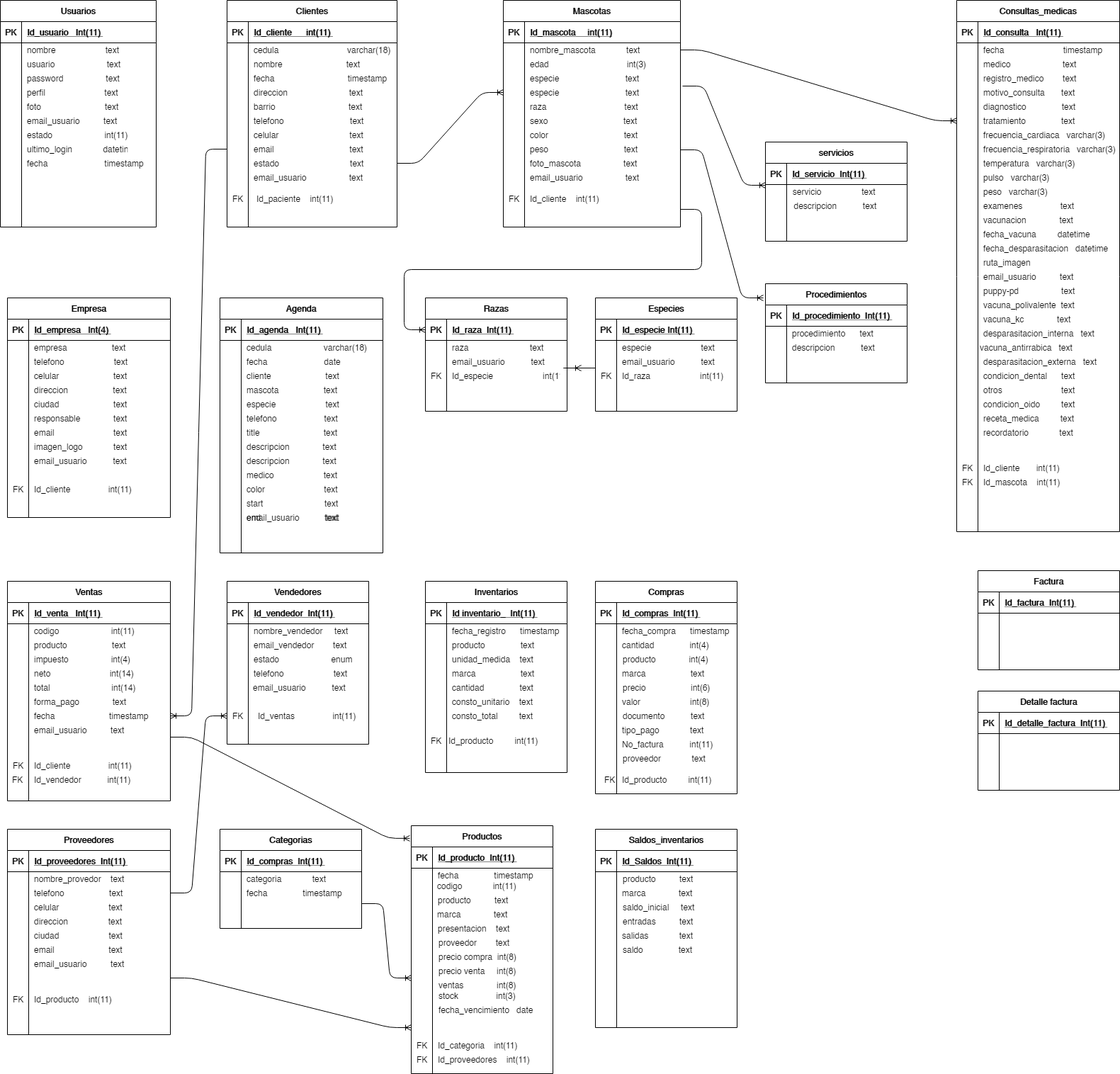
Before: Untitled Diagram.png, a diagram exported from draw.io (heberthm/ejemplos-blog). Source tidied: cells renumbered, new cells last; positions are measured from the earlier drawing's top-left corner, leaving out a move shared by most shapes.
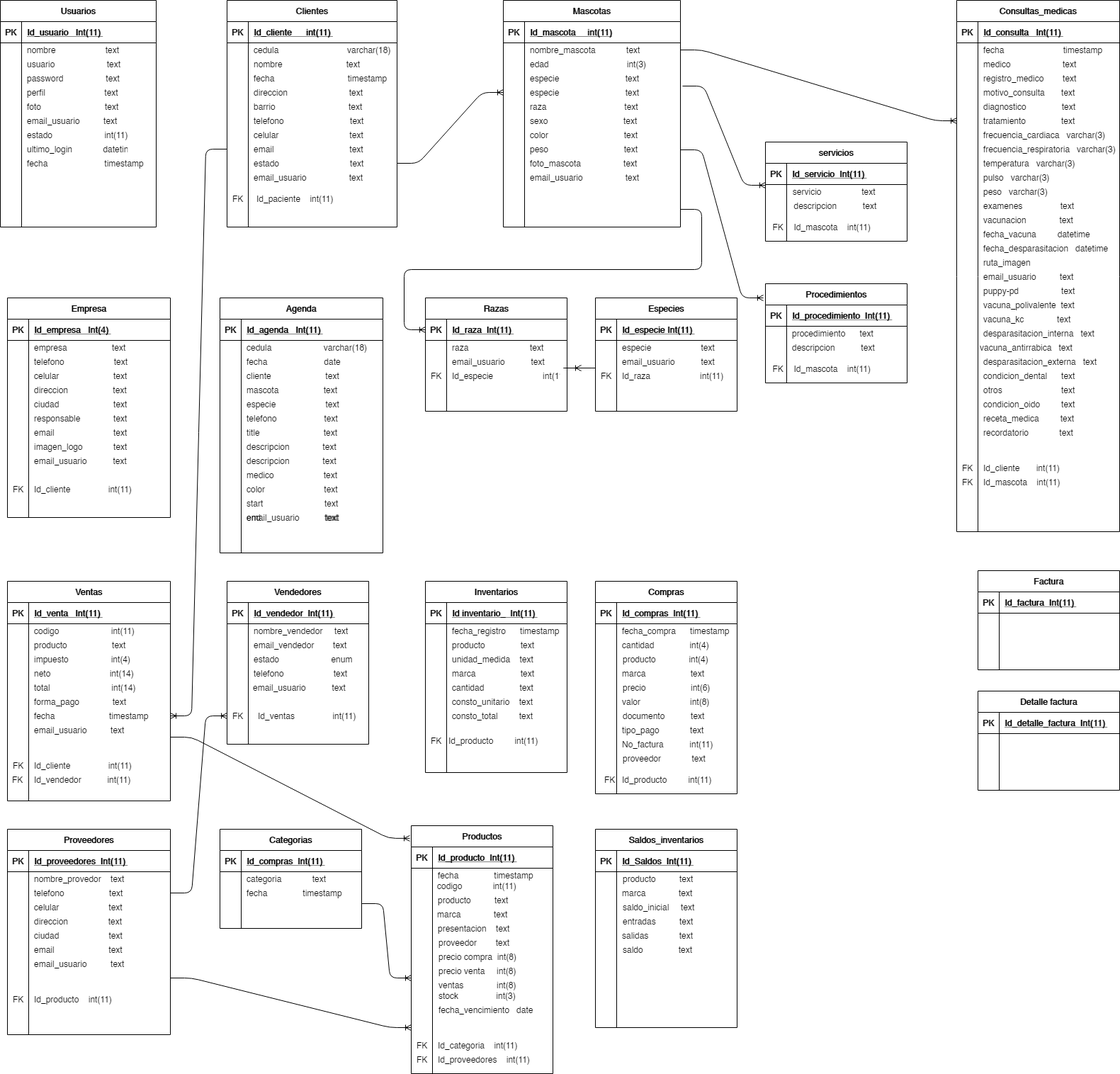
After the commit.

Change to the diagram source:
```diff
@@ -27,10 +27,10 @@
       <mxGeometry x="354" y="270" width="170" height="20" as="geometry" />
     </mxCell>
     <mxCell id="10" value="FK" style="shape=partialRectangle;fillColor=none;top=0;left=0;bottom=0;right=0;align=left;spacingLeft=6;overflow=hidden;" parent="1" vertex="1">
-      <mxGeometry x="710" y="270" width="40" height="20" as="geometry" />
+      <mxGeometry x="1082.5" y="310" width="40" height="20" as="geometry" />
     </mxCell>
-    <mxCell id="11" value="Id_cliente    int(11)" style="shape=partialRectangle;fillColor=none;top=0;left=0;bottom=0;right=0;align=left;spacingLeft=6;overflow=hidden;" parent="1" vertex="1">
-      <mxGeometry x="740" y="270" width="170" height="20" as="geometry" />
+    <mxCell id="11" value="Id_mascota    int(11)" style="shape=partialRectangle;fillColor=none;top=0;left=0;bottom=0;right=0;align=left;spacingLeft=6;overflow=hidden;" parent="1" vertex="1">
+      <mxGeometry x="1112.5" y="310" width="170" height="20" as="geometry" />
     </mxCell>
     <mxCell id="12" value="Usuarios" style="shape=table;startSize=30;rowLines=0;fontStyle=1;align=center;" parent="1" vertex="1">
       <mxGeometry width="220" height="320" as="geometry" />
@@ -1221,5 +1221,11 @@
         <mxPoint x="1077" y="420" as="targetPoint" />
       </mxGeometry>
     </mxCell>
+    <mxCell id="403" value="FK" style="shape=partialRectangle;fillColor=none;top=0;left=0;bottom=0;right=0;align=left;spacingLeft=6;overflow=hidden;" parent="1" vertex="1">
+      <mxGeometry x="1082.5" y="510" width="40" height="20" as="geometry" />
+    </mxCell>
+    <mxCell id="404" value="Id_mascota    int(11)" style="shape=partialRectangle;fillColor=none;top=0;left=0;bottom=0;right=0;align=left;spacingLeft=6;overflow=hidden;" parent="1" vertex="1">
+      <mxGeometry x="1112.5" y="510" width="170" height="20" as="geometry" />
+    </mxCell>
   </root>
 </mxGraphModel>
```
